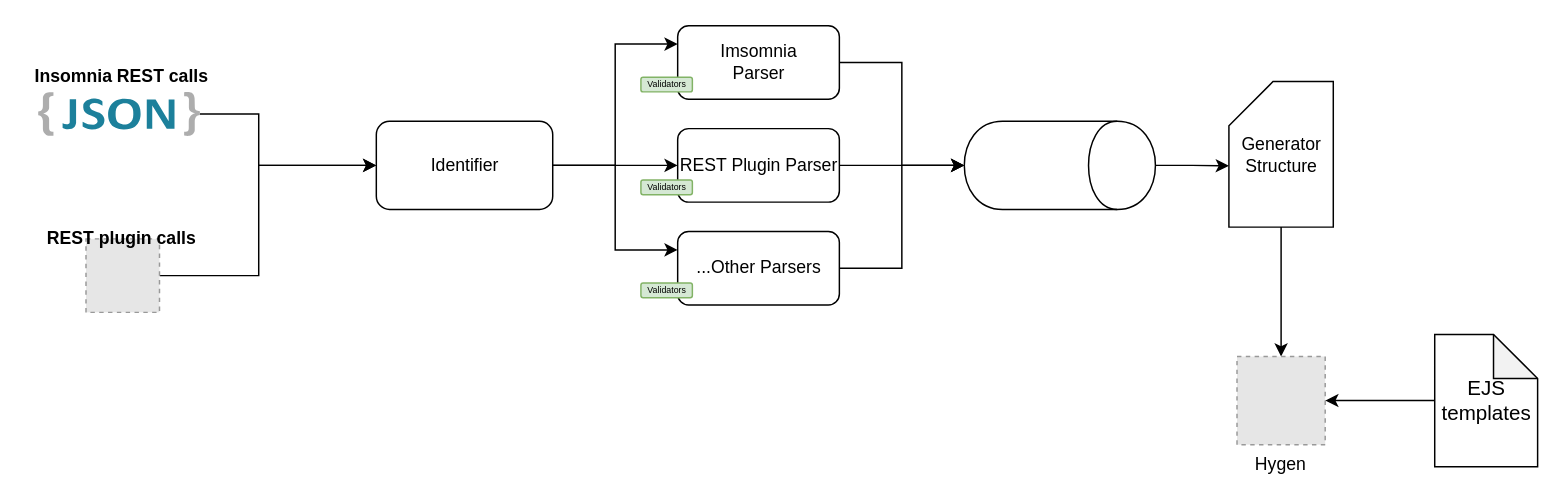
iwollmann/integration-tests-generator keeps this draw.io diagram as docs/architecture_diagram.drawio. Above is the earlier version. Source tidied: cells renumbered, new cells numbered last; positions are measured from the earlier drawing's top-left corner, leaving out a move shared by most shapes. Both pictures are drawn from the tidied source at 147%, with x=0, y=0 at pixel (25, 25). Pictures stored in the file or linked from it are replaced by grey dashed boxes.
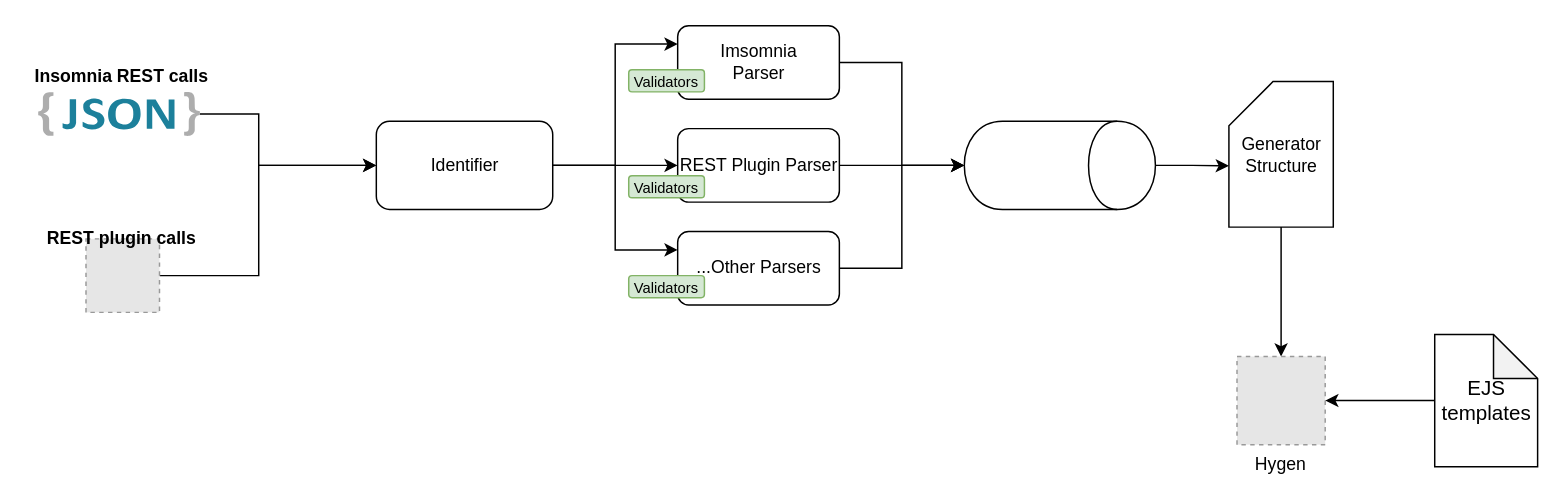
The same page after the edit.

The edit, as a diff of the source:
```diff
@@
-    <mxCell id="22" value="&lt;font style=&quot;font-size: 6px;&quot;&gt;Validators&lt;/font&gt;" style="rounded=1;whiteSpace=wrap;html=1;fillColor=#d5e8d4;strokeColor=#82b366;verticalAlign=middle;align=center;fontSize=6;" parent="1" vertex="1">
-      <mxGeometry x="418.5" y="35" width="35" height="10" as="geometry" />
+    <mxCell id="22" value="&lt;font style=&quot;font-size: 10px&quot;&gt;Validators&lt;/font&gt;" style="rounded=1;whiteSpace=wrap;html=1;fillColor=#d5e8d4;strokeColor=#82b366;verticalAlign=middle;align=center;fontSize=6;" parent="1" vertex="1">
+      <mxGeometry x="410.2" y="30" width="51.5" height="15" as="geometry" />
     </mxCell>
-    <mxCell id="23" value="&lt;font style=&quot;font-size: 6px;&quot;&gt;Validators&lt;/font&gt;" style="rounded=1;whiteSpace=wrap;html=1;fillColor=#d5e8d4;strokeColor=#82b366;verticalAlign=middle;align=center;fontSize=6;" parent="1" vertex="1">
-      <mxGeometry x="418.5" y="105" width="35" height="10" as="geometry" />
-    </mxCell>
-    <mxCell id="24" value="&lt;font style=&quot;font-size: 6px;&quot;&gt;Validators&lt;/font&gt;" style="rounded=1;whiteSpace=wrap;html=1;fillColor=#d5e8d4;strokeColor=#82b366;verticalAlign=middle;align=center;fontSize=6;" parent="1" vertex="1">
-      <mxGeometry x="418.5" y="175" width="35" height="10" as="geometry" />
-    </mxCell>
@@
+    <mxCell id="28" value="&lt;font style=&quot;font-size: 10px&quot;&gt;Validators&lt;/font&gt;" style="rounded=1;whiteSpace=wrap;html=1;fillColor=#d5e8d4;strokeColor=#82b366;verticalAlign=middle;align=center;fontSize=6;" parent="1" vertex="1">
+      <mxGeometry x="410.2" y="102" width="51.5" height="15" as="geometry" />
+    </mxCell>
+    <mxCell id="29" value="&lt;font style=&quot;font-size: 10px&quot;&gt;Validators&lt;/font&gt;" style="rounded=1;whiteSpace=wrap;html=1;fillColor=#d5e8d4;strokeColor=#82b366;verticalAlign=middle;align=center;fontSize=6;" parent="1" vertex="1">
+      <mxGeometry x="410.2" y="170" width="51.5" height="15" as="geometry" />
+    </mxCell>
```
